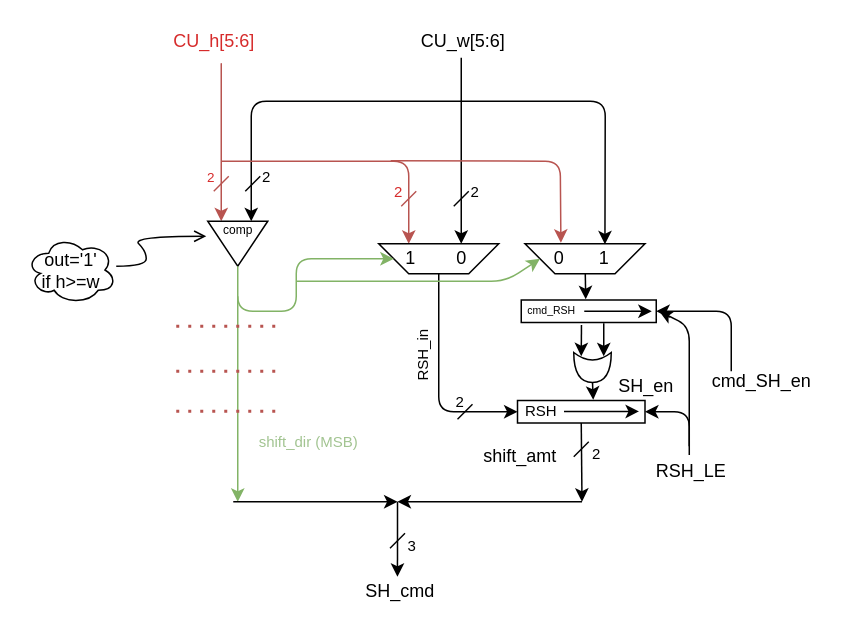
Above: page "h_over_w" (3 of 9) of AME-block_diagram.drawio in CostantinoTaranto/AME_Block-Diagram (draw.io), before the change. Source tidied: cells renumbered, new cells numbered last; positions are measured from the earlier drawing's top-left corner, leaving out a move shared by most shapes. Both pictures are drawn from the tidied source at 150%, with x=0, y=0 at pixel (26, 26).
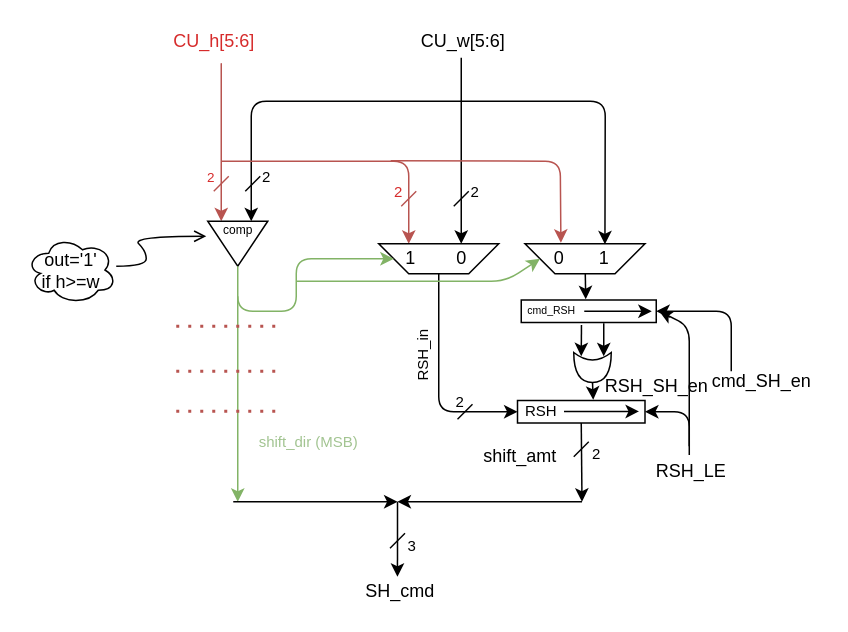
Above is the later version.

Change to the diagram source:
```diff
@@
-    <mxCell id="51" value="SH_en" style="text;html=1;align=center;verticalAlign=middle;" parent="1" vertex="1">
-      <mxGeometry x="387.5" y="230" width="50" height="20" as="geometry" />
+    <mxCell id="51" value="RSH_SH_en" style="text;html=1;align=center;verticalAlign=middle;" parent="1" vertex="1">
+      <mxGeometry x="380" y="230" width="80" height="20" as="geometry" />
     </mxCell>
```
